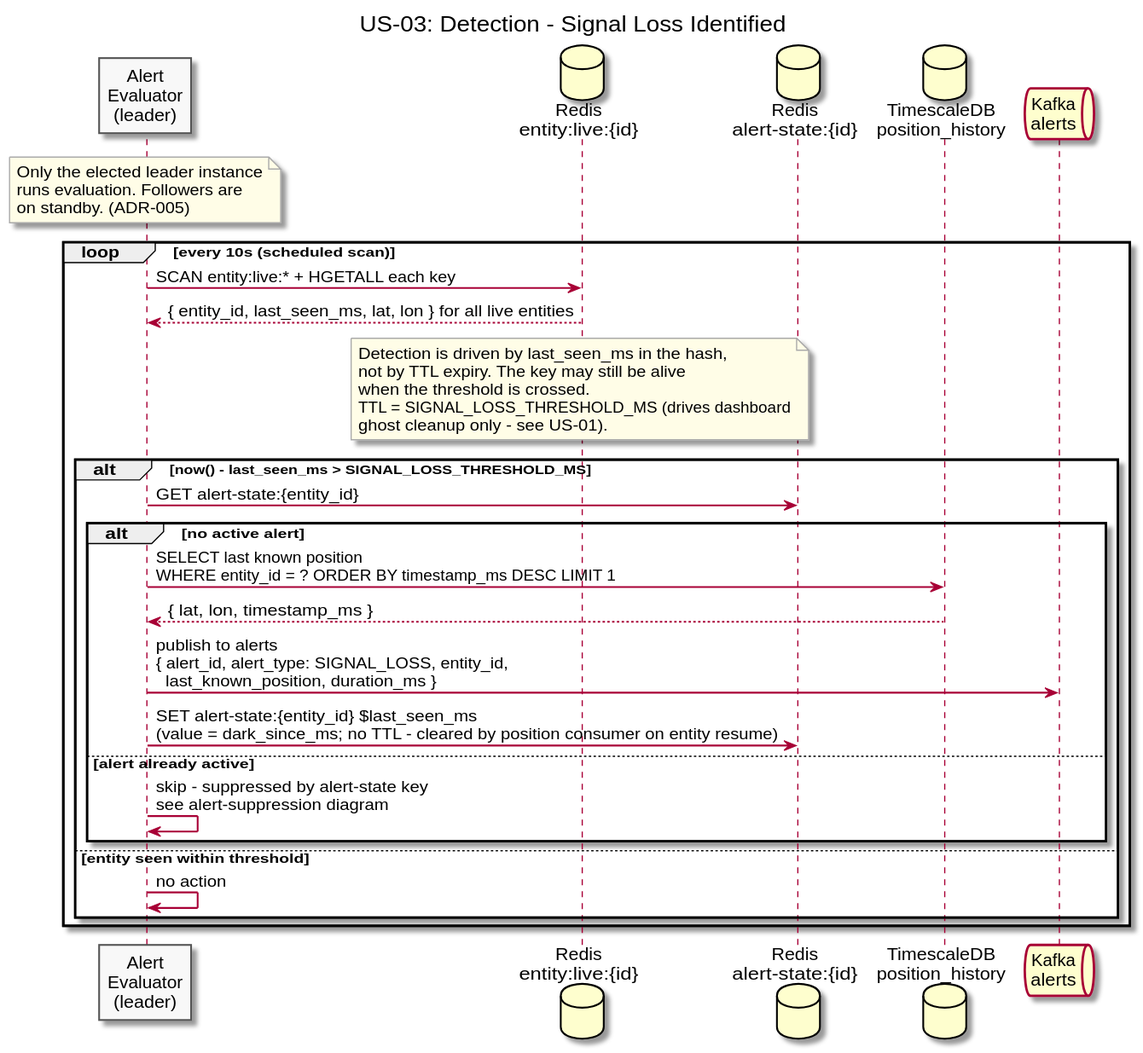
Before: diagrams/docs/use-cases/US-03-signal-loss-alert/detection.svg, a diagram exported from PlantUML (Buffden/sentinel).
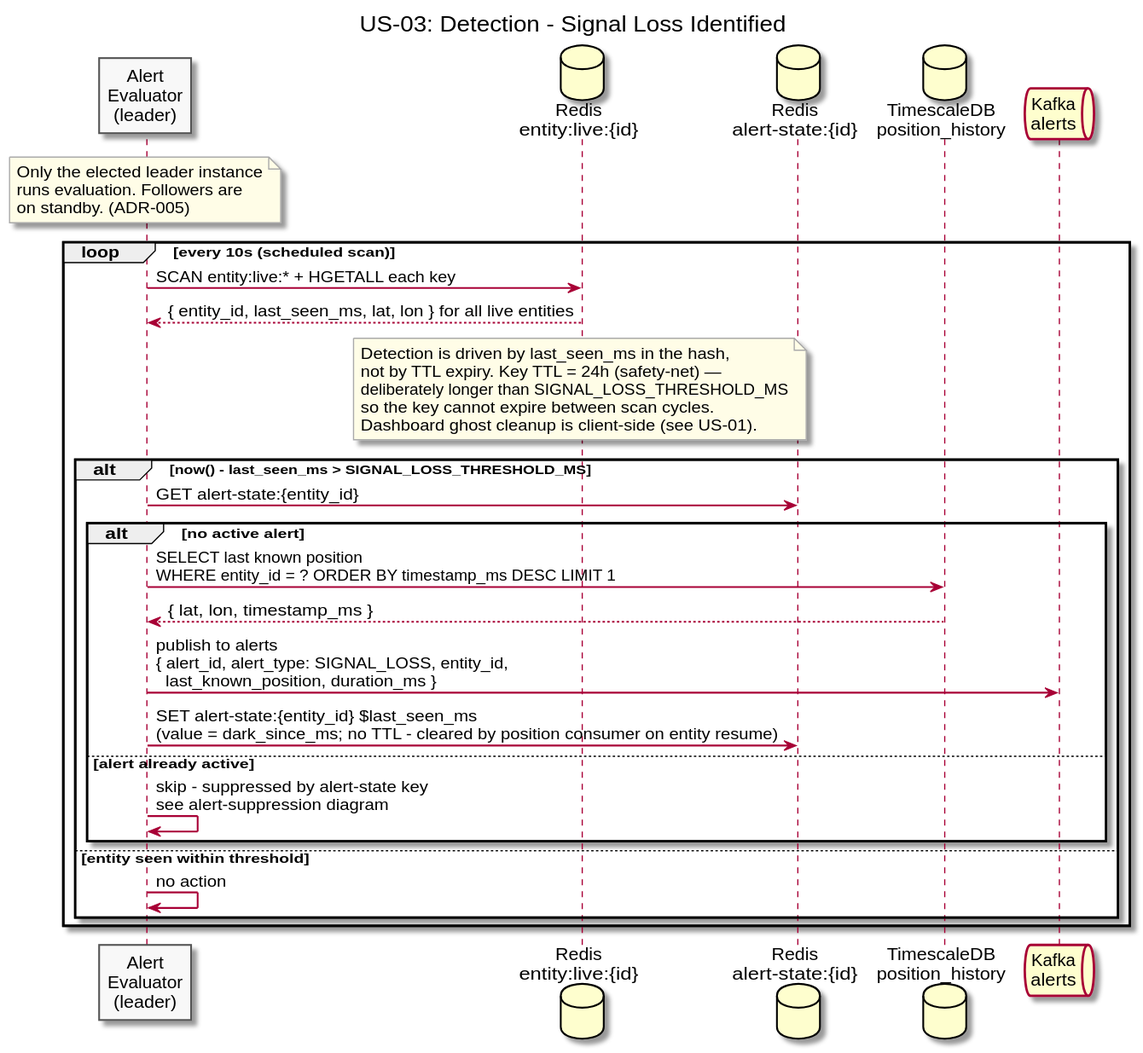
After the commit.

What changed in the source:
```diff
@@ -25,10 +25,10 @@
 
   note over Redis
     Detection is driven by last_seen_ms in the hash,
-    not by TTL expiry. The key may still be alive
-    when the threshold is crossed.
-    TTL = SIGNAL_LOSS_THRESHOLD_MS (drives dashboard
-    ghost cleanup only - see US-01).
+    not by TTL expiry. Key TTL = 24h (safety-net) —
+    deliberately longer than SIGNAL_LOSS_THRESHOLD_MS
+    so the key cannot expire between scan cycles.
+    Dashboard ghost cleanup is client-side (see US-01).
   end note
 
   alt now() - last_seen_ms > SIGNAL_LOSS_THRESHOLD_MS
```
